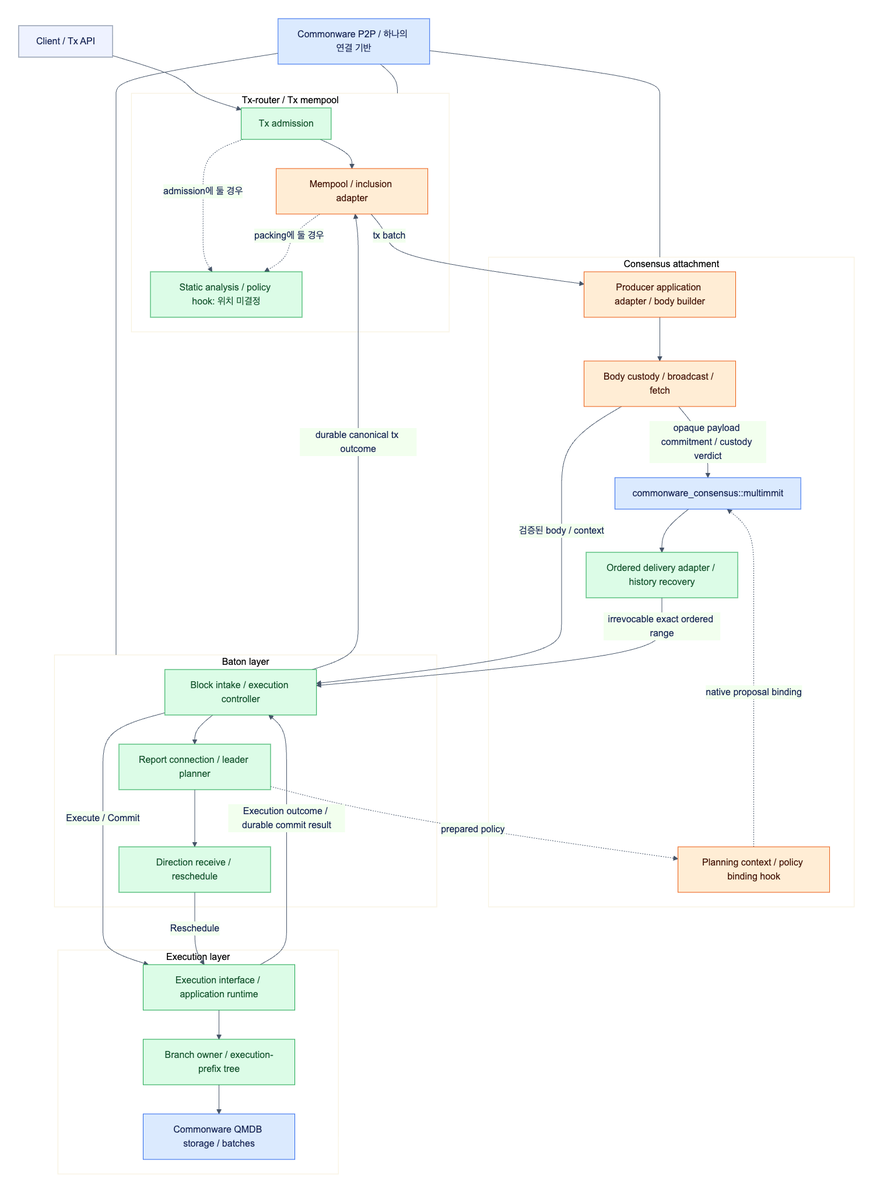
Before: assets/diagrams/diagram-01.png, a diagram exported from Mermaid (djm07073/baton-research). Its source is kept beside it as assets/diagrams/diagram-01.mmd.
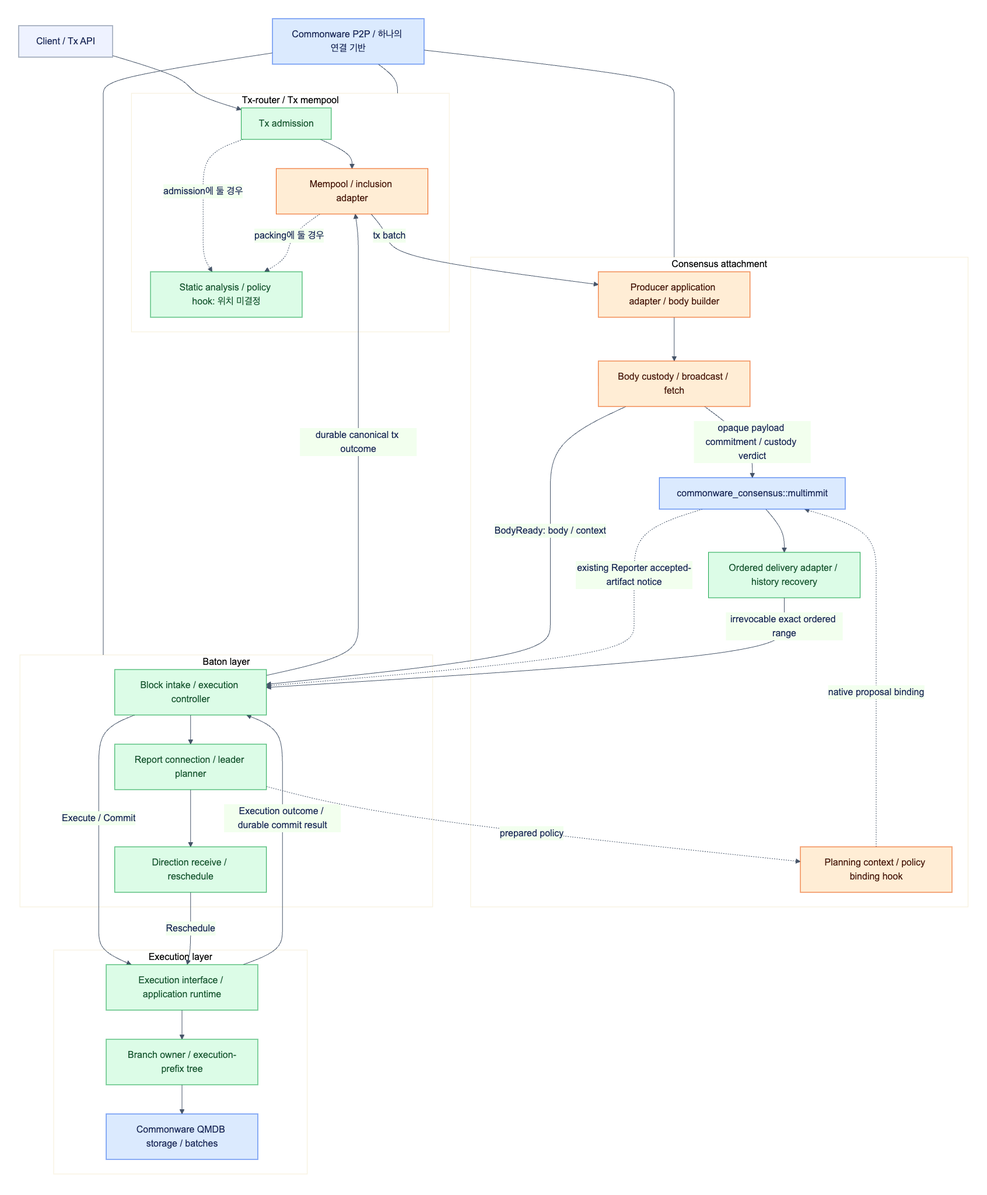
Later version of the same file.

Diff of the diagram source:
```diff
@@ -24,7 +24,8 @@
         O --> R
         R --> Q
     end
-    D -->|검증된 body / context| O
+    D -->|BodyReady: body / context| O
+    N -. existing Reporter accepted-artifact notice .-> O
     M -->|irrevocable exact ordered range| O
     R -. prepared policy .-> H
     H -. native proposal binding .-> N
```
